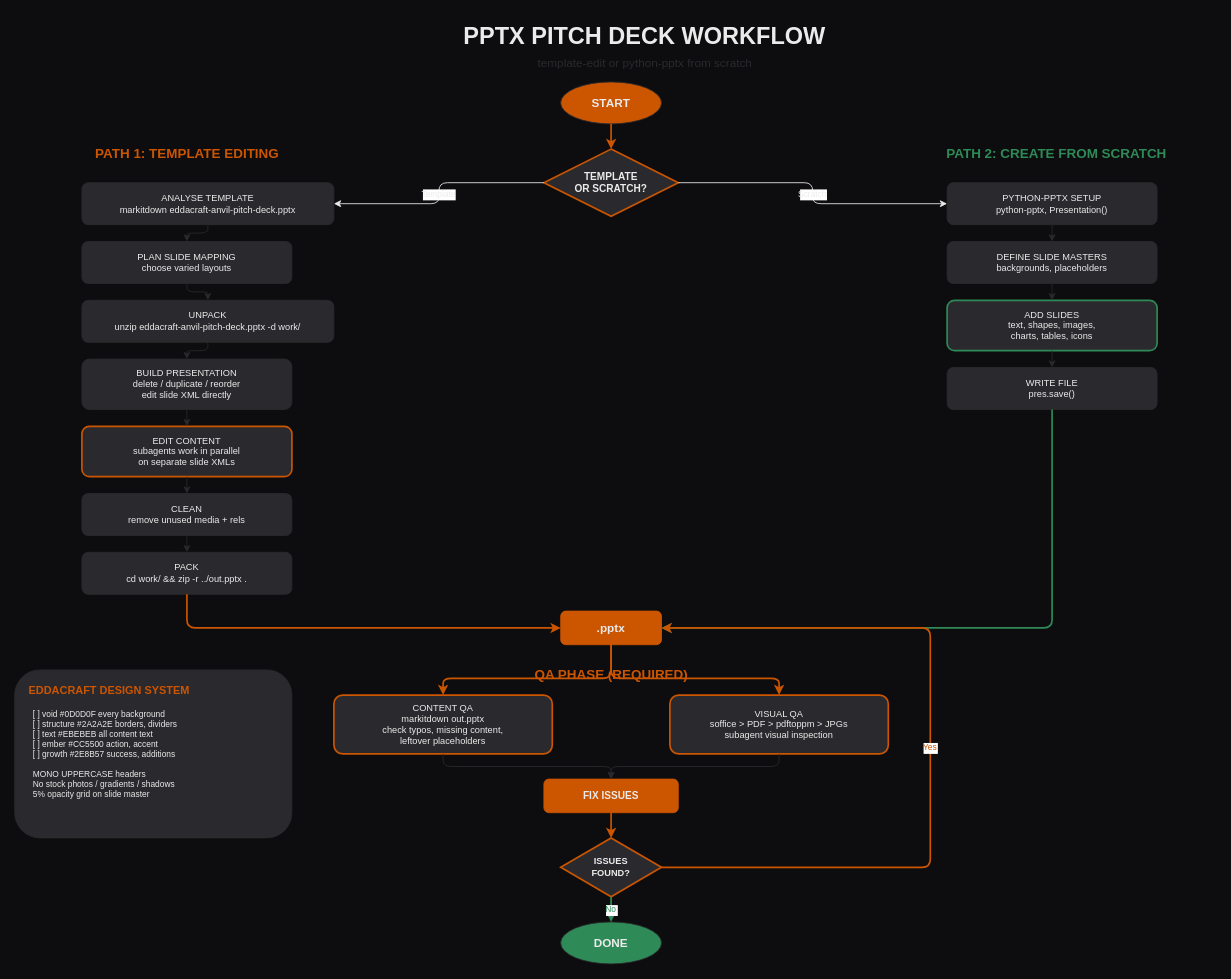
This is pptx-workflow.drawio from eddacraft/eddacraft-tui, a draw.io file, before an edit. Source tidied: cells renumbered, new cells numbered last; positions are measured from the earlier drawing's top-left corner, leaving out a move shared by most shapes. Both pictures are drawn from the tidied source at 84%, with x=0, y=0 at pixel (14, 14).
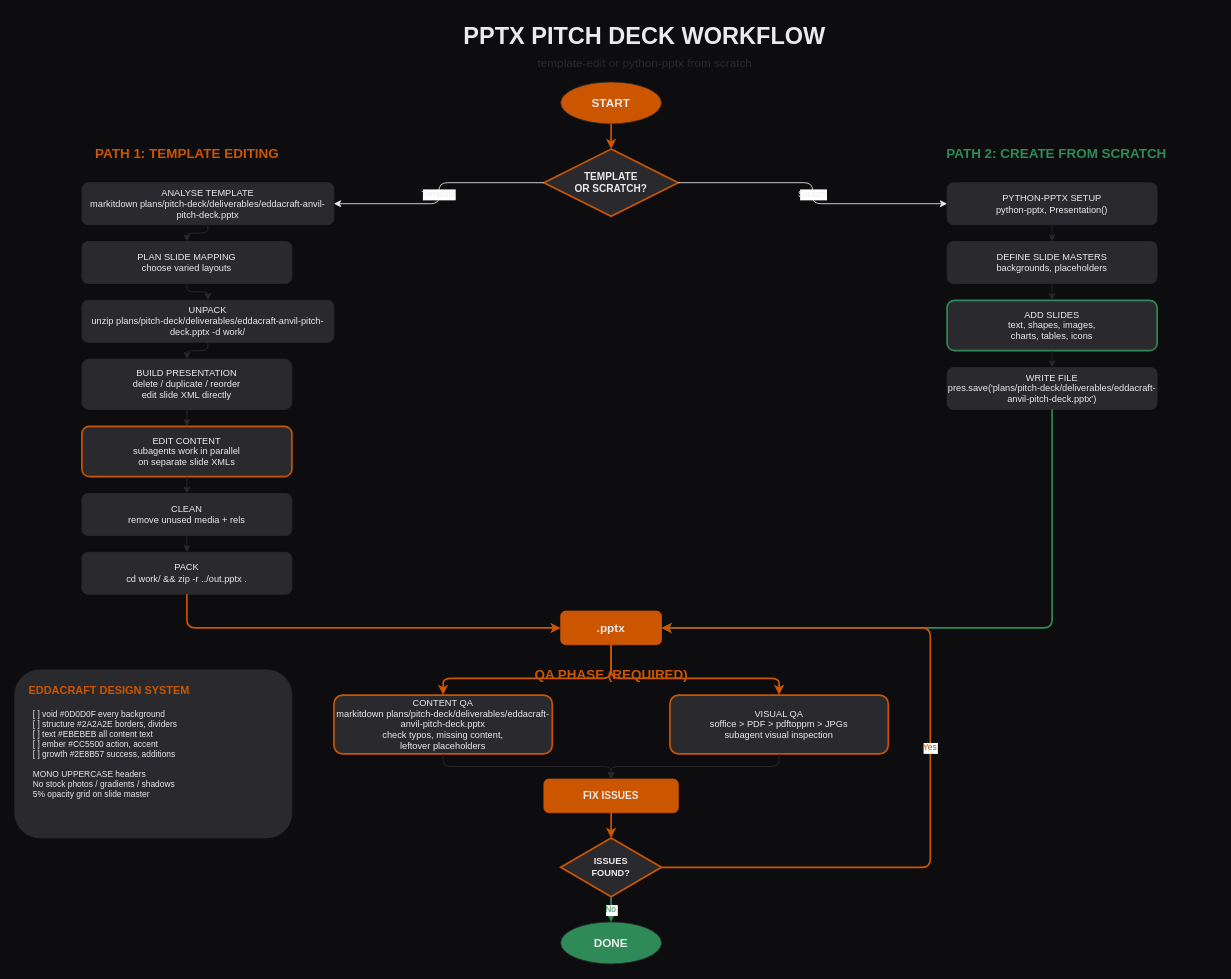
The same page after the edit.

Commit message:
fix(docs): use repo-relative deck path in pptx workflow diagram

All command references in the drawio diagram now use the full
plans/pitch-deck/deliverables/ path so steps are runnable from the
repository root.

Authored-By: Aneki (joshuaboys)

The edit, as a diff of the source:
```diff
@@
-    <mxCell id="8" value="ANALYSE TEMPLATE&#10;markitdown eddacraft-anvil-pitch-deck.pptx" style="rounded=1;whiteSpace=wrap;fillColor=#2A2A2E;strokeColor=#2A2A2E;fontColor=#EBEBEB;fontSize=11;fontFamily=JetBrains Mono;spacingTop=4;spacingBottom=4;" parent="1" vertex="1">
+    <mxCell id="8" value="ANALYSE TEMPLATE&#10;markitdown plans/pitch-deck/deliverables/eddacraft-anvil-pitch-deck.pptx" style="rounded=1;whiteSpace=wrap;fillColor=#2A2A2E;strokeColor=#2A2A2E;fontColor=#EBEBEB;fontSize=11;fontFamily=JetBrains Mono;spacingTop=4;spacingBottom=4;" parent="1" vertex="1">
       <mxGeometry x="80" y="200" width="300" height="50" as="geometry" />
     </mxCell>
@@
-    <mxCell id="10" value="UNPACK&#10;unzip eddacraft-anvil-pitch-deck.pptx -d work/" style="rounded=1;whiteSpace=wrap;fillColor=#2A2A2E;strokeColor=#2A2A2E;fontColor=#EBEBEB;fontSize=11;fontFamily=JetBrains Mono;spacingTop=4;spacingBottom=4;" parent="1" vertex="1">
+    <mxCell id="10" value="UNPACK&#10;unzip plans/pitch-deck/deliverables/eddacraft-anvil-pitch-deck.pptx -d work/" style="rounded=1;whiteSpace=wrap;fillColor=#2A2A2E;strokeColor=#2A2A2E;fontColor=#EBEBEB;fontSize=11;fontFamily=JetBrains Mono;spacingTop=4;spacingBottom=4;" parent="1" vertex="1">
       <mxGeometry x="80" y="340" width="300" height="50" as="geometry" />
     </mxCell>
@@
-    <mxCell id="26" value="WRITE FILE&#10;pres.save()" style="rounded=1;whiteSpace=wrap;fillColor=#2A2A2E;strokeColor=#2A2A2E;fontColor=#EBEBEB;fontSize=11;fontFamily=JetBrains Mono;spacingTop=4;spacingBottom=4;" parent="1" vertex="1">
+    <mxCell id="26" value="WRITE FILE&#10;pres.save('plans/pitch-deck/deliverables/eddacraft-anvil-pitch-deck.pptx')" style="rounded=1;whiteSpace=wrap;fillColor=#2A2A2E;strokeColor=#2A2A2E;fontColor=#EBEBEB;fontSize=11;fontFamily=JetBrains Mono;spacingTop=4;spacingBottom=4;" parent="1" vertex="1">
       <mxGeometry x="1110" y="420" width="250" height="50" as="geometry" />
     </mxCell>
@@
-    <mxCell id="35" value="CONTENT QA&#10;markitdown out.pptx&#10;check typos, missing content,&#10;leftover placeholders" style="rounded=1;whiteSpace=wrap;fillColor=#2A2A2E;strokeColor=#CC5500;strokeWidth=2;fontColor=#EBEBEB;fontSize=11;fontFamily=JetBrains Mono;spacingTop=4;spacingBottom=4;" parent="1" vertex="1">
+    <mxCell id="35" value="CONTENT QA&#10;markitdown plans/pitch-deck/deliverables/eddacraft-anvil-pitch-deck.pptx&#10;check typos, missing content,&#10;leftover placeholders" style="rounded=1;whiteSpace=wrap;fillColor=#2A2A2E;strokeColor=#CC5500;strokeWidth=2;fontColor=#EBEBEB;fontSize=11;fontFamily=JetBrains Mono;spacingTop=4;spacingBottom=4;" parent="1" vertex="1">
       <mxGeometry x="380" y="810" width="260" height="70" as="geometry" />
     </mxCell>
```
